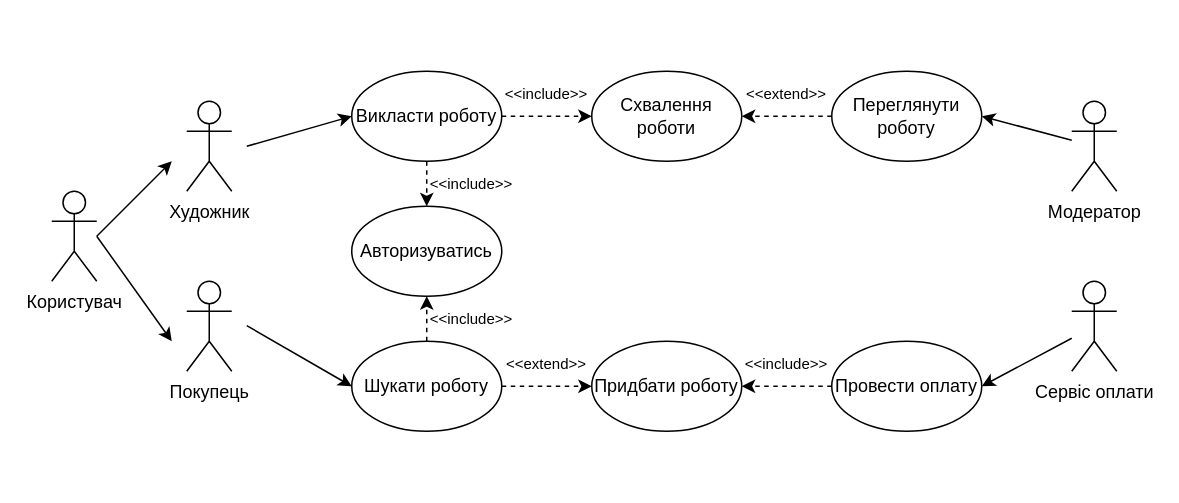
The draw.io diagram 1-SoftwareRequirements/1.3-SoftwareUserRequirements/1.3.3-UseCaseDiagram/PrecedenceDiagram.drawio in oleksandrblazhko/ai203-tokarev, before the edit. Source tidied: cells renumbered, new cells numbered last; positions are measured from the earlier drawing's top-left corner, leaving out a move shared by most shapes. Both pictures are drawn from the tidied source at 150%, with x=0, y=0 at pixel (51, 70).
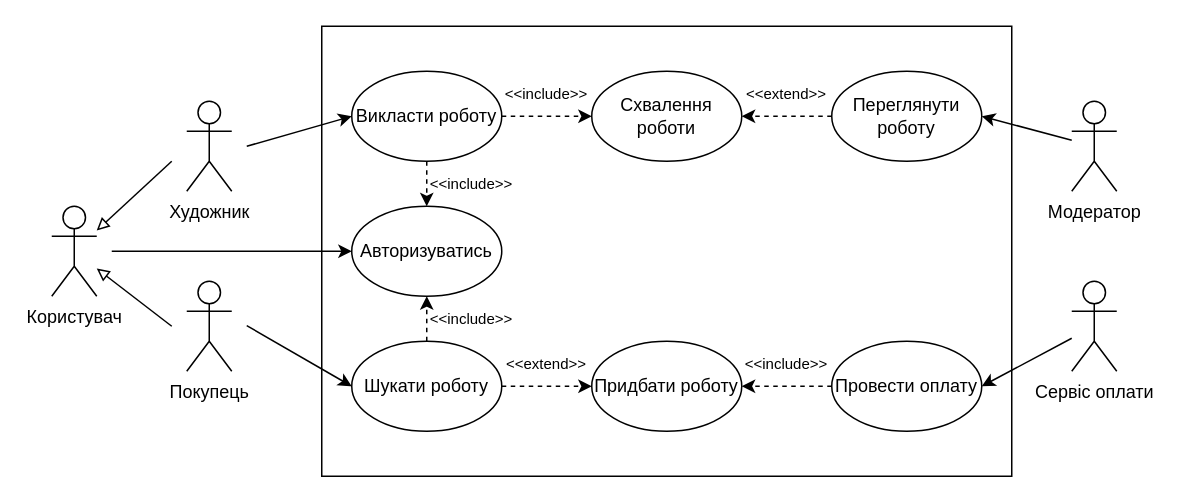
The same page after the edit.

The change refers to these unchanged cells:
```xml
<mxCell id="23" value="Авторизуватись" style="ellipse;whiteSpace=wrap;html=1;" parent="1" vertex="1">
  <mxGeometry x="200" y="90" width="100" height="60" as="geometry" />
</mxCell>
```

What changed in the source:
```diff
@@
+    <mxCell id="32" style="rounded=0;whiteSpace=wrap;html=1;" parent="1" vertex="1">
+      <mxGeometry x="180" y="-30" width="460" height="300" as="geometry" />
+    </mxCell>
@@
     <mxCell id="13" value="Користувач" style="shape=umlActor;verticalLabelPosition=bottom;verticalAlign=top;html=1;outlineConnect=0;" parent="1" vertex="1">
-      <mxGeometry y="80" width="30" height="60" as="geometry" />
+      <mxGeometry y="90" width="30" height="60" as="geometry" />
     </mxCell>
-    <mxCell id="14" style="endArrow=classic;html=1;rounded=0;" parent="1" edge="1">
+    <mxCell id="14" style="endArrow=block;html=1;rounded=0;endFill=0;" parent="1" edge="1" target="13">
       <mxGeometry relative="1" as="geometry">
-        <mxPoint x="30" y="110" as="sourcePoint" />
-        <mxPoint x="80" y="60" as="targetPoint" />
+        <mxPoint x="80" y="60" as="sourcePoint" />
       </mxGeometry>
     </mxCell>
-    <mxCell id="15" style="endArrow=classic;html=1;rounded=0;" parent="1" edge="1">
-      <mxGeometry relative="1" as="geometry">
-        <mxPoint x="30" y="110" as="sourcePoint" />
-        <mxPoint x="80" y="180" as="targetPoint" />
-      </mxGeometry>
-    </mxCell>
@@
+    <mxCell id="33" style="endArrow=block;html=1;rounded=0;endFill=0;" parent="1" edge="1" target="13">
+      <mxGeometry relative="1" as="geometry">
+        <mxPoint x="80" y="170" as="sourcePoint" />
+      </mxGeometry>
+    </mxCell>
+    <mxCell id="34" style="endArrow=classic;html=1;rounded=0;entryX=0;entryY=0.5;entryDx=0;entryDy=0;" parent="1" edge="1" target="23">
+      <mxGeometry relative="1" as="geometry">
+        <mxPoint x="40" y="120" as="sourcePoint" />
+      </mxGeometry>
+    </mxCell>
```
